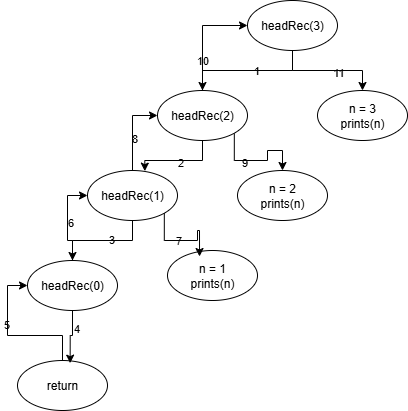
Earlier version of the draw.io export day_05_Recursion/Images/example3.png (JogulaVam/DataStructures). Source tidied: cells renumbered, new cells last; positions are measured from the earlier drawing's top-left corner, leaving out a move shared by most shapes.
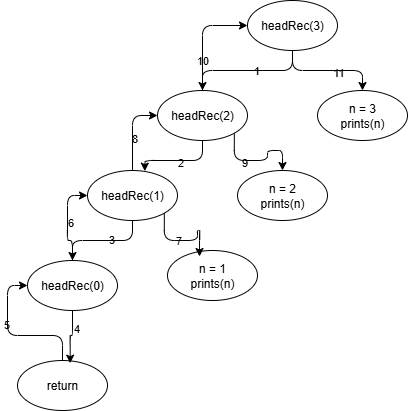
The same file after the commit.

The edit, as a diff of the source:
```diff
@@ -1,95 +1,95 @@
-<mxGraphModel>
+<mxGraphModel background="#ffffff">
   <root>
     <mxCell id="0" />
     <mxCell id="1" parent="0" />
-    <mxCell id="2" style="edgeStyle=orthogonalEdgeStyle;rounded=0;jettySize=auto;html=1;entryX=0.5;entryY=0;entryDx=0;entryDy=0;labelBackgroundColor=none;fontColor=default;" parent="1" edge="1" source="6" target="11">
+    <mxCell id="2" style="edgeStyle=orthogonalEdgeStyle;rounded=1;jettySize=auto;html=1;entryX=0.5;entryY=0;entryDx=0;entryDy=0;labelBackgroundColor=none;fontColor=default;" parent="1" edge="1" source="6" target="11">
       <mxGeometry relative="1" as="geometry" />
     </mxCell>
-    <mxCell id="3" value="1" style="edgeLabel;html=1;align=center;verticalAlign=middle;labelBackgroundColor=none;" parent="2" vertex="1">
+    <mxCell id="3" value="1" style="edgeLabel;html=1;align=center;verticalAlign=middle;labelBackgroundColor=none;rounded=1;" parent="2" vertex="1">
       <mxGeometry x="-0.12" y="-1" relative="1" as="geometry" />
     </mxCell>
-    <mxCell id="4" style="edgeStyle=orthogonalEdgeStyle;rounded=0;jettySize=auto;html=1;labelBackgroundColor=none;fontColor=default;" parent="1" edge="1" source="6" target="25">
+    <mxCell id="4" style="edgeStyle=orthogonalEdgeStyle;rounded=1;jettySize=auto;html=1;labelBackgroundColor=none;fontColor=default;" parent="1" edge="1" source="6" target="25">
       <mxGeometry relative="1" as="geometry" />
     </mxCell>
-    <mxCell id="5" value="11" style="edgeLabel;html=1;align=center;verticalAlign=middle;labelBackgroundColor=none;" parent="4" vertex="1">
+    <mxCell id="5" value="11" style="edgeLabel;html=1;align=center;verticalAlign=middle;labelBackgroundColor=none;rounded=1;" parent="4" vertex="1">
       <mxGeometry x="0.18" y="-1" relative="1" as="geometry" />
     </mxCell>
-    <mxCell id="6" value="headRec(3)" style="ellipse;whiteSpace=wrap;html=1;labelBackgroundColor=none;" parent="1" vertex="1">
+    <mxCell id="6" value="headRec(3)" style="ellipse;whiteSpace=wrap;html=1;labelBackgroundColor=none;rounded=1;" parent="1" vertex="1">
       <mxGeometry x="230" width="90" height="50" as="geometry" />
     </mxCell>
-    <mxCell id="7" style="edgeStyle=orthogonalEdgeStyle;rounded=0;jettySize=auto;html=1;exitX=1;exitY=1;exitDx=0;exitDy=0;labelBackgroundColor=none;fontColor=default;" parent="1" edge="1" source="11" target="24">
+    <mxCell id="7" style="edgeStyle=orthogonalEdgeStyle;rounded=1;jettySize=auto;html=1;exitX=1;exitY=1;exitDx=0;exitDy=0;labelBackgroundColor=none;fontColor=default;" parent="1" edge="1" source="11" target="24">
       <mxGeometry relative="1" as="geometry" />
     </mxCell>
-    <mxCell id="8" value="9" style="edgeLabel;html=1;align=center;verticalAlign=middle;labelBackgroundColor=none;" parent="7" vertex="1">
+    <mxCell id="8" value="9" style="edgeLabel;html=1;align=center;verticalAlign=middle;labelBackgroundColor=none;rounded=1;" parent="7" vertex="1">
       <mxGeometry x="-0.31" y="-1" relative="1" as="geometry" />
     </mxCell>
-    <mxCell id="9" style="edgeStyle=orthogonalEdgeStyle;rounded=0;jettySize=auto;html=1;entryX=0;entryY=0.5;entryDx=0;entryDy=0;labelBackgroundColor=none;fontColor=default;" parent="1" edge="1" source="11" target="6">
+    <mxCell id="9" style="edgeStyle=orthogonalEdgeStyle;rounded=1;jettySize=auto;html=1;entryX=0;entryY=0.5;entryDx=0;entryDy=0;labelBackgroundColor=none;fontColor=default;" parent="1" edge="1" source="11" target="6">
       <mxGeometry relative="1" as="geometry" />
     </mxCell>
-    <mxCell id="10" value="10" style="edgeLabel;html=1;align=center;verticalAlign=middle;labelBackgroundColor=none;" parent="9" vertex="1">
+    <mxCell id="10" value="10" style="edgeLabel;html=1;align=center;verticalAlign=middle;labelBackgroundColor=none;rounded=1;" parent="9" vertex="1">
       <mxGeometry x="-0.44" y="1" relative="1" as="geometry" />
     </mxCell>
-    <mxCell id="11" value="headRec(2)" style="ellipse;whiteSpace=wrap;html=1;labelBackgroundColor=none;" parent="1" vertex="1">
+    <mxCell id="11" value="headRec(2)" style="ellipse;whiteSpace=wrap;html=1;labelBackgroundColor=none;rounded=1;" parent="1" vertex="1">
       <mxGeometry x="140" y="90" width="90" height="50" as="geometry" />
     </mxCell>
-    <mxCell id="12" style="edgeStyle=orthogonalEdgeStyle;rounded=0;jettySize=auto;html=1;entryX=0.5;entryY=0;entryDx=0;entryDy=0;labelBackgroundColor=none;fontColor=default;" parent="1" edge="1" source="16" target="19">
+    <mxCell id="12" style="edgeStyle=orthogonalEdgeStyle;rounded=1;jettySize=auto;html=1;entryX=0.5;entryY=0;entryDx=0;entryDy=0;labelBackgroundColor=none;fontColor=default;" parent="1" edge="1" source="16" target="19">
       <mxGeometry relative="1" as="geometry" />
     </mxCell>
-    <mxCell id="13" value="3" style="edgeLabel;html=1;align=center;verticalAlign=middle;labelBackgroundColor=none;" parent="12" vertex="1">
+    <mxCell id="13" value="3" style="edgeLabel;html=1;align=center;verticalAlign=middle;labelBackgroundColor=none;rounded=1;" parent="12" vertex="1">
       <mxGeometry x="-0.16" y="-2" relative="1" as="geometry" />
     </mxCell>
-    <mxCell id="14" style="edgeStyle=orthogonalEdgeStyle;rounded=0;jettySize=auto;html=1;entryX=0;entryY=0.5;entryDx=0;entryDy=0;labelBackgroundColor=none;fontColor=default;" parent="1" edge="1" source="16" target="11">
+    <mxCell id="14" style="edgeStyle=orthogonalEdgeStyle;rounded=1;jettySize=auto;html=1;entryX=0;entryY=0.5;entryDx=0;entryDy=0;labelBackgroundColor=none;fontColor=default;" parent="1" edge="1" source="16" target="11">
       <mxGeometry relative="1" as="geometry" />
     </mxCell>
-    <mxCell id="15" value="8" style="edgeLabel;html=1;align=center;verticalAlign=middle;labelBackgroundColor=none;" parent="14" vertex="1">
+    <mxCell id="15" value="8" style="edgeLabel;html=1;align=center;verticalAlign=middle;labelBackgroundColor=none;rounded=1;" parent="14" vertex="1">
       <mxGeometry x="-0.17" y="-1" relative="1" as="geometry" />
     </mxCell>
-    <mxCell id="16" value="headRec(1)" style="ellipse;whiteSpace=wrap;html=1;labelBackgroundColor=none;" parent="1" vertex="1">
+    <mxCell id="16" value="headRec(1)" style="ellipse;whiteSpace=wrap;html=1;labelBackgroundColor=none;rounded=1;" parent="1" vertex="1">
       <mxGeometry x="70" y="170" width="90" height="50" as="geometry" />
     </mxCell>
-    <mxCell id="17" style="edgeStyle=orthogonalEdgeStyle;rounded=0;jettySize=auto;html=1;entryX=0;entryY=0.5;entryDx=0;entryDy=0;labelBackgroundColor=none;fontColor=default;" parent="1" edge="1" source="19" target="16">
+    <mxCell id="17" style="edgeStyle=orthogonalEdgeStyle;rounded=1;jettySize=auto;html=1;entryX=0;entryY=0.5;entryDx=0;entryDy=0;labelBackgroundColor=none;fontColor=default;" parent="1" edge="1" source="19" target="16">
       <mxGeometry relative="1" as="geometry" />
     </mxCell>
-    <mxCell id="18" value="6" style="edgeLabel;html=1;align=center;verticalAlign=middle;labelBackgroundColor=none;" parent="17" vertex="1">
+    <mxCell id="18" value="6" style="edgeLabel;html=1;align=center;verticalAlign=middle;labelBackgroundColor=none;rounded=1;" parent="17" vertex="1">
       <mxGeometry x="-0.02" y="-2" relative="1" as="geometry" />
     </mxCell>
-    <mxCell id="19" value="headRec(0)" style="ellipse;whiteSpace=wrap;html=1;labelBackgroundColor=none;" parent="1" vertex="1">
+    <mxCell id="19" value="headRec(0)" style="ellipse;whiteSpace=wrap;html=1;labelBackgroundColor=none;rounded=1;" parent="1" vertex="1">
       <mxGeometry x="10" y="260" width="90" height="50" as="geometry" />
     </mxCell>
-    <mxCell id="20" style="edgeStyle=orthogonalEdgeStyle;rounded=0;jettySize=auto;html=1;entryX=0;entryY=0.5;entryDx=0;entryDy=0;labelBackgroundColor=none;fontColor=default;" parent="1" edge="1" source="22" target="19">
+    <mxCell id="20" style="edgeStyle=orthogonalEdgeStyle;rounded=1;jettySize=auto;html=1;entryX=0;entryY=0.5;entryDx=0;entryDy=0;labelBackgroundColor=none;fontColor=default;" parent="1" edge="1" source="22" target="19">
       <mxGeometry relative="1" as="geometry" />
     </mxCell>
-    <mxCell id="21" value="5" style="edgeLabel;html=1;align=center;verticalAlign=middle;labelBackgroundColor=none;" parent="20" vertex="1">
+    <mxCell id="21" value="5" style="edgeLabel;html=1;align=center;verticalAlign=middle;labelBackgroundColor=none;rounded=1;" parent="20" vertex="1">
       <mxGeometry x="0.23" y="2" relative="1" as="geometry" />
     </mxCell>
-    <mxCell id="22" value="return" style="ellipse;whiteSpace=wrap;html=1;labelBackgroundColor=none;" parent="1" vertex="1">
+    <mxCell id="22" value="return" style="ellipse;whiteSpace=wrap;html=1;labelBackgroundColor=none;rounded=1;" parent="1" vertex="1">
       <mxGeometry y="360" width="90" height="50" as="geometry" />
     </mxCell>
-    <mxCell id="23" value="n = 1&lt;div&gt;prints(n)&lt;/div&gt;" style="ellipse;whiteSpace=wrap;html=1;labelBackgroundColor=none;" parent="1" vertex="1">
+    <mxCell id="23" value="n = 1&lt;div&gt;prints(n)&lt;/div&gt;" style="ellipse;whiteSpace=wrap;html=1;labelBackgroundColor=none;rounded=1;" parent="1" vertex="1">
       <mxGeometry x="150" y="250" width="90" height="50" as="geometry" />
     </mxCell>
-    <mxCell id="24" value="n = 2&lt;div&gt;prints(n)&lt;/div&gt;" style="ellipse;whiteSpace=wrap;html=1;labelBackgroundColor=none;" parent="1" vertex="1">
+    <mxCell id="24" value="n = 2&lt;div&gt;prints(n)&lt;/div&gt;" style="ellipse;whiteSpace=wrap;html=1;labelBackgroundColor=none;rounded=1;" parent="1" vertex="1">
       <mxGeometry x="220" y="170" width="90" height="50" as="geometry" />
     </mxCell>
-    <mxCell id="25" value="n = 3&lt;div&gt;prints(n)&lt;/div&gt;" style="ellipse;whiteSpace=wrap;html=1;labelBackgroundColor=none;" parent="1" vertex="1">
+    <mxCell id="25" value="n = 3&lt;div&gt;prints(n)&lt;/div&gt;" style="ellipse;whiteSpace=wrap;html=1;labelBackgroundColor=none;rounded=1;" parent="1" vertex="1">
       <mxGeometry x="300" y="90" width="90" height="50" as="geometry" />
     </mxCell>
-    <mxCell id="26" style="edgeStyle=orthogonalEdgeStyle;rounded=0;jettySize=auto;html=1;entryX=0.637;entryY=0.013;entryDx=0;entryDy=0;entryPerimeter=0;labelBackgroundColor=none;fontColor=default;" parent="1" edge="1" source="11" target="16">
+    <mxCell id="26" style="edgeStyle=orthogonalEdgeStyle;rounded=1;jettySize=auto;html=1;entryX=0.637;entryY=0.013;entryDx=0;entryDy=0;entryPerimeter=0;labelBackgroundColor=none;fontColor=default;" parent="1" edge="1" source="11" target="16">
       <mxGeometry relative="1" as="geometry" />
     </mxCell>
-    <mxCell id="27" value="2" style="edgeLabel;html=1;align=center;verticalAlign=middle;labelBackgroundColor=none;" parent="26" vertex="1">
+    <mxCell id="27" value="2" style="edgeLabel;html=1;align=center;verticalAlign=middle;labelBackgroundColor=none;rounded=1;" parent="26" vertex="1">
       <mxGeometry x="-0.03" y="1" relative="1" as="geometry" />
     </mxCell>
-    <mxCell id="28" style="edgeStyle=orthogonalEdgeStyle;rounded=0;jettySize=auto;html=1;entryX=0.585;entryY=0.053;entryDx=0;entryDy=0;entryPerimeter=0;labelBackgroundColor=none;fontColor=default;" parent="1" edge="1" source="19" target="22">
+    <mxCell id="28" style="edgeStyle=orthogonalEdgeStyle;rounded=1;jettySize=auto;html=1;entryX=0.585;entryY=0.053;entryDx=0;entryDy=0;entryPerimeter=0;labelBackgroundColor=none;fontColor=default;" parent="1" edge="1" source="19" target="22">
       <mxGeometry relative="1" as="geometry" />
     </mxCell>
-    <mxCell id="29" value="4" style="edgeLabel;html=1;align=center;verticalAlign=middle;labelBackgroundColor=none;" parent="28" vertex="1">
+    <mxCell id="29" value="4" style="edgeLabel;html=1;align=center;verticalAlign=middle;labelBackgroundColor=none;rounded=1;" parent="28" vertex="1">
       <mxGeometry x="-0.38" y="3" relative="1" as="geometry" />
     </mxCell>
-    <mxCell id="30" style="edgeStyle=orthogonalEdgeStyle;rounded=0;jettySize=auto;html=1;exitX=1;exitY=1;exitDx=0;exitDy=0;entryX=0.356;entryY=0.12;entryDx=0;entryDy=0;entryPerimeter=0;labelBackgroundColor=none;fontColor=default;" parent="1" edge="1" source="16" target="23">
+    <mxCell id="30" style="edgeStyle=orthogonalEdgeStyle;rounded=1;jettySize=auto;html=1;exitX=1;exitY=1;exitDx=0;exitDy=0;entryX=0.356;entryY=0.12;entryDx=0;entryDy=0;entryPerimeter=0;labelBackgroundColor=none;fontColor=default;" parent="1" edge="1" source="16" target="23">
       <mxGeometry relative="1" as="geometry" />
     </mxCell>
-    <mxCell id="31" value="7" style="edgeLabel;html=1;align=center;verticalAlign=middle;labelBackgroundColor=none;" parent="30" vertex="1">
+    <mxCell id="31" value="7" style="edgeLabel;html=1;align=center;verticalAlign=middle;labelBackgroundColor=none;rounded=1;" parent="30" vertex="1">
       <mxGeometry x="-0.18" y="1" relative="1" as="geometry" />
     </mxCell>
   </root>
```
